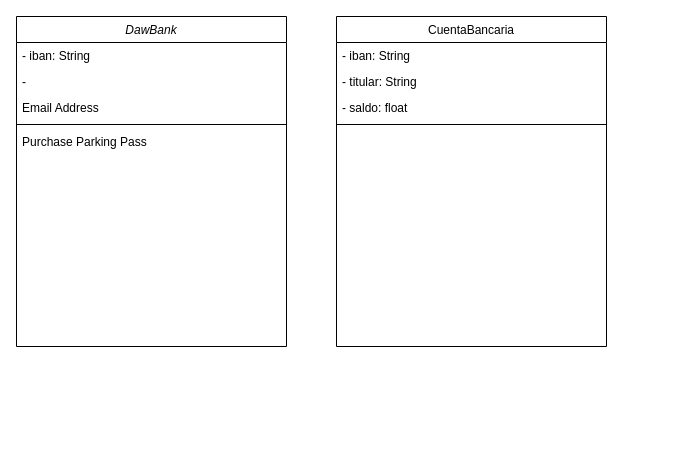
Earlier version of the draw.io diagram dawbank.drawio (vitoriadelanachaves/uml_class_diagram). Source tidied: cells renumbered, new cells numbered last; positions are measured from the earlier drawing's top-left corner, leaving out a move shared by most shapes. Both pictures are drawn from the tidied source at 100%, with x=0, y=0 at pixel (16, 16).
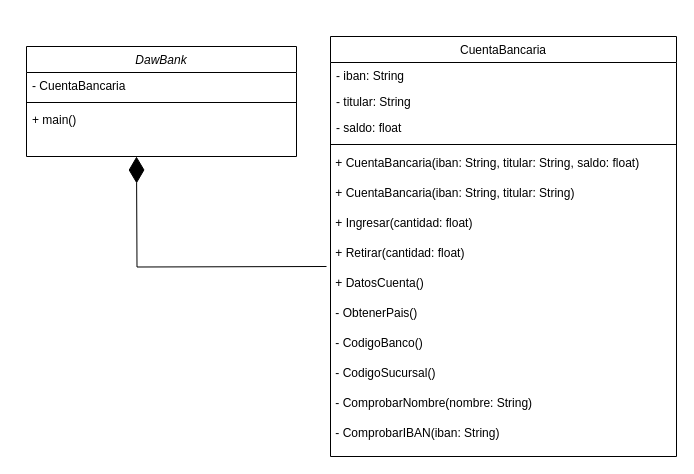
Above is the later version.

What changed in the source:
```diff
@@
     <mxCell id="2" value="DawBank " style="swimlane;fontStyle=2;align=center;verticalAlign=top;horizontal=1;startSize=26;rounded=0;shadow=0;strokeWidth=1;" parent="1" vertex="1">
-      <mxGeometry width="270" height="330" as="geometry" />
+      <mxGeometry x="10" y="30" width="270" height="110" as="geometry" />
     </mxCell>
-    <mxCell id="3" value="- iban: String" style="text;align=left;verticalAlign=top;spacingLeft=4;spacingRight=4;overflow=hidden;" parent="2" vertex="1">
-      <mxGeometry y="26" width="270" height="26" as="geometry" />
-    </mxCell>
-    <mxCell id="4" value="- " style="text;align=left;verticalAlign=top;spacingLeft=4;spacingRight=4;overflow=hidden;rounded=0;shadow=0;html=0;" parent="2" vertex="1">
-      <mxGeometry y="52" width="270" height="26" as="geometry" />
+    <mxCell id="4" value="- CuentaBancaria" style="text;align=left;verticalAlign=top;spacingLeft=4;spacingRight=4;overflow=hidden;rounded=0;shadow=0;html=0;" parent="2" vertex="1">
+      <mxGeometry y="26" width="270" height="26" as="geometry" />
     </mxCell>
-    <mxCell id="5" value="Email Address" style="text;align=left;verticalAlign=top;spacingLeft=4;spacingRight=4;overflow=hidden;rounded=0;shadow=0;html=0;" parent="2" vertex="1">
-      <mxGeometry y="78" width="270" height="26" as="geometry" />
-    </mxCell>
     <mxCell id="6" style="line;html=1;strokeWidth=1;align=left;verticalAlign=middle;spacingTop=-1;spacingLeft=3;spacingRight=3;labelPosition=right;" parent="2" vertex="1">
-      <mxGeometry y="104" width="270" height="8" as="geometry" />
+      <mxGeometry y="52" width="270" height="8" as="geometry" />
     </mxCell>
-    <mxCell id="7" value="Purchase Parking Pass" style="text;align=left;verticalAlign=top;spacingLeft=4;spacingRight=4;overflow=hidden;" parent="2" vertex="1">
-      <mxGeometry y="112" width="270" height="26" as="geometry" />
+    <mxCell id="7" value="+ main()" style="text;align=left;verticalAlign=top;spacingLeft=4;spacingRight=4;overflow=hidden;" parent="2" vertex="1">
+      <mxGeometry y="60" width="270" height="26" as="geometry" />
     </mxCell>
     <mxCell id="8" value="CuentaBancaria" style="swimlane;fontStyle=0;align=center;verticalAlign=top;horizontal=1;startSize=26;rounded=0;shadow=0;strokeWidth=1;" parent="1" vertex="1">
-      <mxGeometry x="320" width="270" height="330" as="geometry" />
+      <mxGeometry x="314" y="20" width="346" height="420" as="geometry" />
     </mxCell>
     <mxCell id="9" value="- iban: String" style="text;align=left;verticalAlign=top;spacingLeft=4;spacingRight=4;overflow=hidden;" parent="8" vertex="1">
-      <mxGeometry y="26" width="270" height="26" as="geometry" />
+      <mxGeometry y="26" width="346" height="26" as="geometry" />
     </mxCell>
     <mxCell id="10" value="- titular: String" style="text;align=left;verticalAlign=top;spacingLeft=4;spacingRight=4;overflow=hidden;rounded=0;shadow=0;html=0;" parent="8" vertex="1">
-      <mxGeometry y="52" width="270" height="26" as="geometry" />
+      <mxGeometry y="52" width="346" height="26" as="geometry" />
     </mxCell>
     <mxCell id="11" value="- saldo: float" style="text;align=left;verticalAlign=top;spacingLeft=4;spacingRight=4;overflow=hidden;rounded=0;shadow=0;html=0;" parent="8" vertex="1">
-      <mxGeometry y="78" width="270" height="26" as="geometry" />
+      <mxGeometry y="78" width="346" height="26" as="geometry" />
     </mxCell>
     <mxCell id="12" style="line;html=1;strokeWidth=1;align=left;verticalAlign=middle;spacingTop=-1;spacingLeft=3;spacingRight=3;labelPosition=right;" parent="8" vertex="1">
-      <mxGeometry y="104" width="270" height="8" as="geometry" />
+      <mxGeometry y="104" width="346" height="8" as="geometry" />
     </mxCell>
+    <mxCell id="13" value="&amp;nbsp;+ CuentaBancaria(iban: String, titular: String, saldo: float)" style="text;html=1;align=left;verticalAlign=middle;strokeColor=none;fillColor=none;" parent="8" vertex="1">
+      <mxGeometry y="112" width="346" height="30" as="geometry" />
+    </mxCell>
+    <mxCell id="14" value="&amp;nbsp;+ CuentaBancaria(iban: String, titular: String)" style="text;html=1;align=left;verticalAlign=middle;strokeColor=none;fillColor=none;" parent="8" vertex="1">
+      <mxGeometry y="142" width="346" height="30" as="geometry" />
+    </mxCell>
+    <mxCell id="15" value="&amp;nbsp;+ Ingresar(cantidad: float)" style="text;html=1;align=left;verticalAlign=middle;strokeColor=none;fillColor=none;" parent="8" vertex="1">
+      <mxGeometry y="172" width="346" height="30" as="geometry" />
+    </mxCell>
+    <mxCell id="16" value="&amp;nbsp;+ Retirar(cantidad: float)" style="text;html=1;align=left;verticalAlign=middle;strokeColor=none;fillColor=none;" parent="8" vertex="1">
+      <mxGeometry y="202" width="346" height="30" as="geometry" />
+    </mxCell>
+    <mxCell id="17" value="&amp;nbsp;+ DatosCuenta()" style="text;html=1;align=left;verticalAlign=middle;strokeColor=none;fillColor=none;" parent="8" vertex="1">
+      <mxGeometry y="232" width="346" height="30" as="geometry" />
+    </mxCell>
+    <mxCell id="18" value="&amp;nbsp;- ObtenerPais()" style="text;html=1;align=left;verticalAlign=middle;strokeColor=none;fillColor=none;" parent="8" vertex="1">
+      <mxGeometry y="262" width="346" height="30" as="geometry" />
+    </mxCell>
+    <mxCell id="19" value="&amp;nbsp;- CodigoBanco()" style="text;html=1;align=left;verticalAlign=middle;strokeColor=none;fillColor=none;" parent="8" vertex="1">
+      <mxGeometry y="292" width="346" height="30" as="geometry" />
+    </mxCell>
+    <mxCell id="20" value="&amp;nbsp;- CodigoSucursal()" style="text;html=1;align=left;verticalAlign=middle;strokeColor=none;fillColor=none;" parent="8" vertex="1">
+      <mxGeometry y="322" width="346" height="30" as="geometry" />
+    </mxCell>
+    <mxCell id="21" value="&amp;nbsp;- ComprobarNombre(nombre: String)" style="text;html=1;align=left;verticalAlign=middle;strokeColor=none;fillColor=none;" parent="8" vertex="1">
+      <mxGeometry y="352" width="346" height="30" as="geometry" />
+    </mxCell>
+    <mxCell id="22" value="&amp;nbsp;- ComprobarIBAN(iban: String)" style="text;html=1;align=left;verticalAlign=middle;strokeColor=none;fillColor=none;" parent="8" vertex="1">
+      <mxGeometry y="382" width="346" height="30" as="geometry" />
+    </mxCell>
+    <mxCell id="23" style="endArrow=diamondThin;endFill=1;endSize=24;html=1;rounded=0;edgeStyle=orthogonalEdgeStyle;" parent="1" edge="1">
+      <mxGeometry relative="1" as="geometry">
+        <mxPoint x="310" y="250" as="sourcePoint" />
+        <mxPoint x="120" y="140" as="targetPoint" />
+      </mxGeometry>
+    </mxCell>
```
